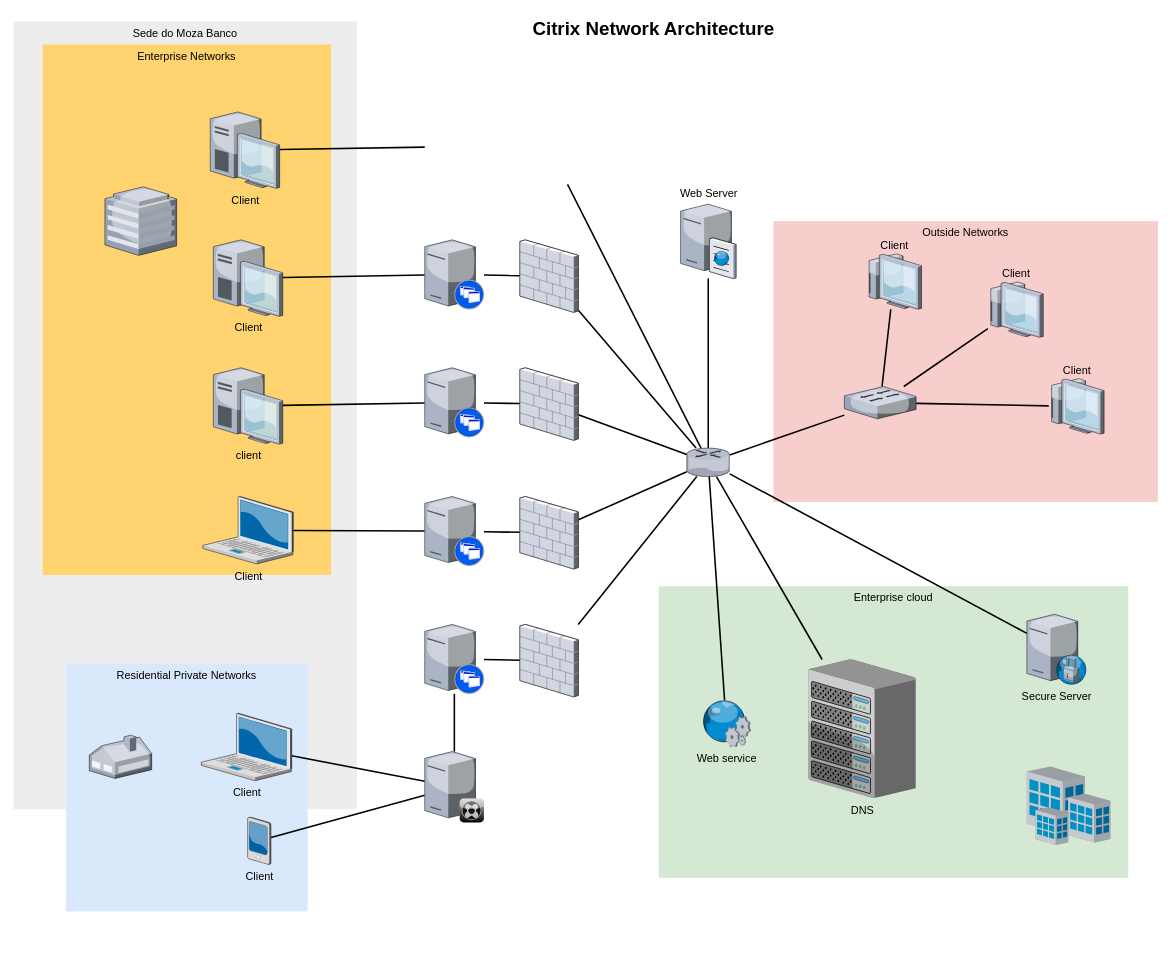
The draw.io diagram Untitled Diagram.drawio in cjjordao09/tutorials, before the edit. Source tidied: cells renumbered, new cells numbered last; positions are measured from the earlier drawing's top-left corner, leaving out a move shared by most shapes. Both pictures are drawn from the tidied source at 78%, with x=0, y=0 at pixel (13, 13).
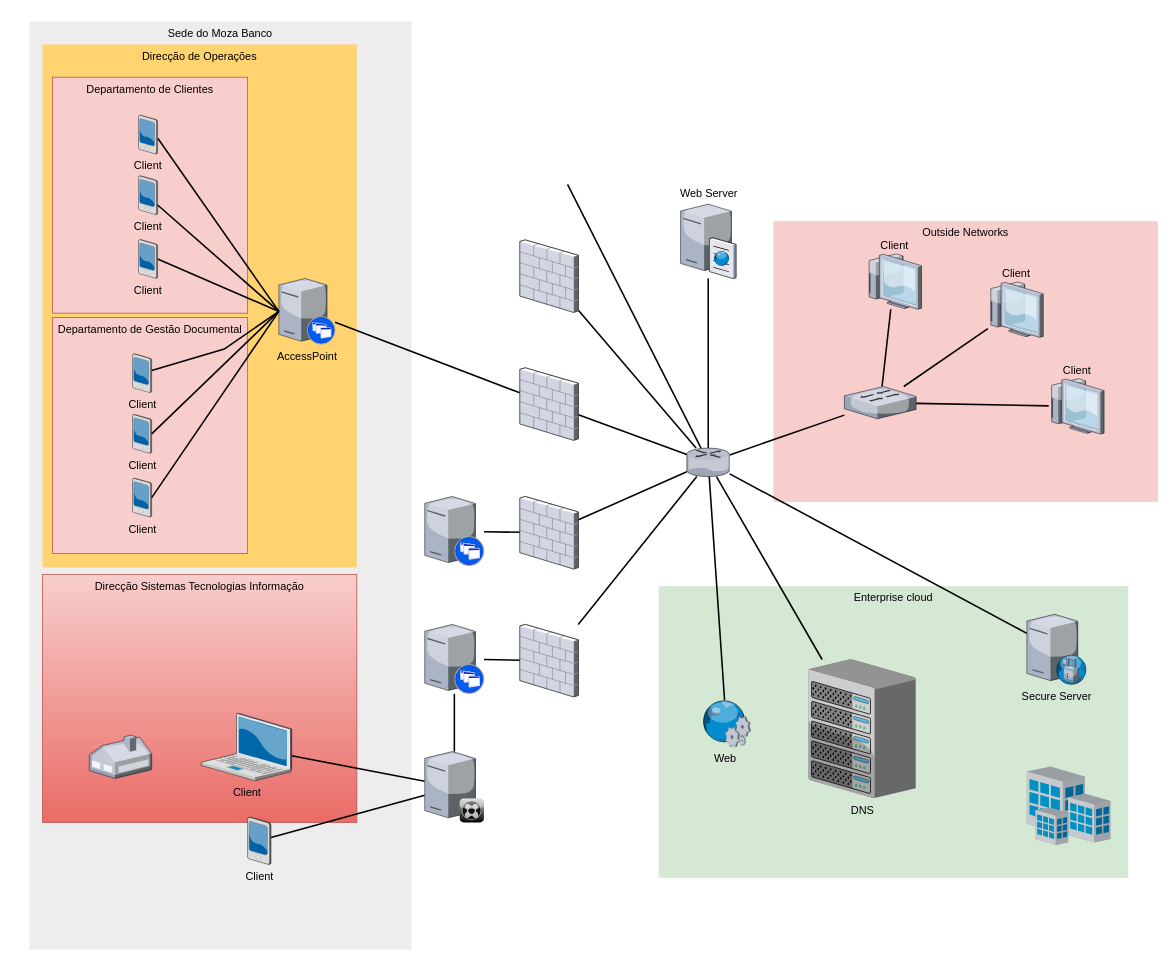
The same page after the edit.

Unchanged cells that the change refers to:
```xml
<mxCell id="22" style="verticalLabelPosition=bottom;html=1;verticalAlign=top;strokeColor=none;shape=mxgraph.citrix.xenapp_server;fillColor=#66B2FF;gradientColor=#0066CC;fontSize=14;" parent="1" vertex="1">
  <mxGeometry x="527" y="619" width="76" height="89" as="geometry" />
</mxCell>
<mxCell id="38" style="verticalLabelPosition=bottom;html=1;verticalAlign=top;strokeColor=none;shape=mxgraph.citrix.firewall;fillColor=#66B2FF;gradientColor=#0066CC;fontSize=14;" parent="1" vertex="1">
  <mxGeometry x="649" y="290" width="75" height="93" as="geometry" />
</mxCell>
```

Diff of the diagram source:
```diff
@@
     <mxCell id="4" value="Sede do Moza Banco" style="whiteSpace=wrap;html=1;fillColor=#EDEDED;fontSize=14;strokeColor=none;verticalAlign=top;" parent="1" vertex="1">
-      <mxGeometry y="10" width="440" height="1010" as="geometry" />
+      <mxGeometry x="20" y="10" width="490" height="1190" as="geometry" />
     </mxCell>
-    <mxCell id="5" value="Residential Private Networks" style="whiteSpace=wrap;html=1;fillColor=#dae8fc;fontSize=14;strokeColor=none;verticalAlign=top;" parent="1" vertex="1">
-      <mxGeometry x="67" y="833" width="310" height="318" as="geometry" />
+    <mxCell id="5" value="Direcção Sistemas Tecnologias Informação" style="whiteSpace=wrap;html=1;fillColor=#f8cecc;fontSize=14;strokeColor=#b85450;verticalAlign=top;gradientColor=#ea6b66;" parent="1" vertex="1">
+      <mxGeometry x="37" y="719" width="403" height="318" as="geometry" />
     </mxCell>
-    <mxCell id="6" value="Enterprise Networks" style="whiteSpace=wrap;html=1;fillColor=#FFD470;gradientColor=none;fontSize=14;strokeColor=none;verticalAlign=top;" parent="1" vertex="1">
-      <mxGeometry x="37" y="39.5" width="370" height="680" as="geometry" />
+    <mxCell id="6" value="Direcção de Operações" style="whiteSpace=wrap;html=1;fillColor=#FFD470;gradientColor=none;fontSize=14;strokeColor=none;verticalAlign=top;" parent="1" vertex="1">
+      <mxGeometry x="37" y="39.5" width="403" height="670.5" as="geometry" />
     </mxCell>
@@
-    <mxCell id="9" style="edgeStyle=none;rounded=0;html=1;startSize=10;endSize=10;jettySize=auto;fontSize=14;endArrow=none;endFill=0;strokeWidth=2;" parent="1" edge="1" source="10" target="22">
-      <mxGeometry relative="1" as="geometry" />
-    </mxCell>
-    <mxCell id="10" value="Client" style="verticalLabelPosition=bottom;html=1;verticalAlign=top;strokeColor=none;shape=mxgraph.citrix.laptop_2;fillColor=#66B2FF;gradientColor=#0066CC;fontSize=14;" parent="1" vertex="1">
-      <mxGeometry x="242.5" y="619" width="116" height="86.5" as="geometry" />
-    </mxCell>
-    <mxCell id="11" style="edgeStyle=none;rounded=0;html=1;startSize=10;endSize=10;jettySize=auto;fontSize=14;endArrow=none;endFill=0;strokeWidth=2;" parent="1" edge="1" source="12" target="24">
-      <mxGeometry relative="1" as="geometry" />
-    </mxCell>
-    <mxCell id="12" value="client" style="verticalLabelPosition=bottom;html=1;verticalAlign=top;strokeColor=none;shape=mxgraph.citrix.desktop;fillColor=#66B2FF;gradientColor=#0066CC;fontSize=14;" parent="1" vertex="1">
-      <mxGeometry x="256" y="454" width="89" height="98" as="geometry" />
-    </mxCell>
-    <mxCell id="13" style="edgeStyle=none;rounded=0;html=1;startSize=10;endSize=10;jettySize=auto;fontSize=14;endArrow=none;endFill=0;strokeWidth=2;" parent="1" edge="1" source="14" target="26">
-      <mxGeometry relative="1" as="geometry" />
-    </mxCell>
-    <mxCell id="14" value="Client" style="verticalLabelPosition=bottom;html=1;verticalAlign=top;strokeColor=none;shape=mxgraph.citrix.desktop;fillColor=#66B2FF;gradientColor=#0066CC;fontSize=14;" parent="1" vertex="1">
-      <mxGeometry x="256" y="290" width="89" height="98" as="geometry" />
-    </mxCell>
-    <mxCell id="15" style="edgeStyle=none;rounded=0;html=1;startSize=10;endSize=10;jettySize=auto;fontSize=14;endArrow=none;endFill=0;strokeWidth=2;" parent="1" edge="1" source="16">
-      <mxGeometry relative="1" as="geometry">
-        <mxPoint x="527" y="171.1" as="targetPoint" />
-      </mxGeometry>
-    </mxCell>
-    <mxCell id="16" value="Client" style="verticalLabelPosition=bottom;html=1;verticalAlign=top;strokeColor=none;shape=mxgraph.citrix.desktop;fillColor=#66B2FF;gradientColor=#0066CC;fontSize=14;" parent="1" vertex="1">
-      <mxGeometry x="252" y="126" width="89" height="98" as="geometry" />
-    </mxCell>
@@
-    <mxCell id="24" style="verticalLabelPosition=bottom;html=1;verticalAlign=top;strokeColor=none;shape=mxgraph.citrix.xenapp_server;fillColor=#66B2FF;gradientColor=#0066CC;fontSize=14;" parent="1" vertex="1">
-      <mxGeometry x="527" y="454" width="76" height="89" as="geometry" />
+    <mxCell id="24" value="AccessPoint" style="verticalLabelPosition=bottom;html=1;verticalAlign=top;strokeColor=none;shape=mxgraph.citrix.xenapp_server;fillColor=#66B2FF;gradientColor=#0066CC;fontSize=14;" parent="1" vertex="1">
+      <mxGeometry x="340" y="339.5" width="72.2" height="84.5" as="geometry" />
     </mxCell>
-    <mxCell id="25" style="edgeStyle=none;rounded=0;html=1;startSize=10;endSize=10;jettySize=auto;fontSize=14;endArrow=none;endFill=0;strokeWidth=2;" parent="1" edge="1" source="26" target="38">
-      <mxGeometry relative="1" as="geometry" />
-    </mxCell>
-    <mxCell id="26" style="verticalLabelPosition=bottom;html=1;verticalAlign=top;strokeColor=none;shape=mxgraph.citrix.xenapp_server;fillColor=#66B2FF;gradientColor=#0066CC;fontSize=14;" parent="1" vertex="1">
-      <mxGeometry x="527" y="290" width="76" height="89" as="geometry" />
-    </mxCell>
@@
-    <mxCell id="46" style="verticalLabelPosition=bottom;html=1;verticalAlign=top;strokeColor=none;shape=mxgraph.citrix.hq_enterprise;fillColor=#66B2FF;gradientColor=#0066CC;fontSize=14;" parent="1" vertex="1">
-      <mxGeometry x="117" y="222" width="92" height="88" as="geometry" />
-    </mxCell>
@@
-    <mxCell id="56" value="Web service" style="verticalLabelPosition=bottom;html=1;verticalAlign=top;strokeColor=none;shape=mxgraph.citrix.web_service;fillColor=#66B2FF;gradientColor=#0066CC;fontSize=14;" parent="1" vertex="1">
+    <mxCell id="56" value="Web&amp;nbsp;" style="verticalLabelPosition=bottom;html=1;verticalAlign=top;strokeColor=none;shape=mxgraph.citrix.web_service;fillColor=#66B2FF;gradientColor=#0066CC;fontSize=14;" parent="1" vertex="1">
       <mxGeometry x="882" y="880" width="63" height="60" as="geometry" />
     </mxCell>
@@
-    <mxCell id="58" value="Citrix Network Architecture" style="text;strokeColor=none;fillColor=none;html=1;fontSize=24;fontStyle=1;verticalAlign=middle;align=center;" parent="1" vertex="1">
-      <mxGeometry x="389" width="861" height="40" as="geometry" />
-    </mxCell>
+    <mxCell id="59" value="Departamento de Clientes" style="whiteSpace=wrap;html=1;fillColor=#f8cecc;fontSize=14;strokeColor=#b85450;verticalAlign=top;" parent="1" vertex="1">
+      <mxGeometry x="50" y="81.5" width="250" height="302.5" as="geometry" />
+    </mxCell>
+    <mxCell id="60" value="Departamento de Gestão Documental" style="whiteSpace=wrap;html=1;fillColor=#f8cecc;fontSize=14;strokeColor=#b85450;verticalAlign=top;" parent="1" vertex="1">
+      <mxGeometry x="50" y="389.5" width="250" height="302.5" as="geometry" />
+    </mxCell>
+    <mxCell id="61" value="Client" style="verticalLabelPosition=bottom;html=1;verticalAlign=top;strokeColor=none;shape=mxgraph.citrix.pda;fillColor=#66B2FF;gradientColor=#0066CC;fontSize=14;" parent="1" vertex="1">
+      <mxGeometry x="160" y="130" width="24.6" height="50" as="geometry" />
+    </mxCell>
+    <mxCell id="62" value="Client" style="verticalLabelPosition=bottom;html=1;verticalAlign=top;strokeColor=none;shape=mxgraph.citrix.pda;fillColor=#66B2FF;gradientColor=#0066CC;fontSize=14;" parent="1" vertex="1">
+      <mxGeometry x="160" y="207.8" width="24.6" height="50" as="geometry" />
+    </mxCell>
+    <mxCell id="63" value="Client" style="verticalLabelPosition=bottom;html=1;verticalAlign=top;strokeColor=none;shape=mxgraph.citrix.pda;fillColor=#66B2FF;gradientColor=#0066CC;fontSize=14;" parent="1" vertex="1">
+      <mxGeometry x="160" y="289.5" width="24.6" height="50" as="geometry" />
+    </mxCell>
+    <mxCell id="64" value="Client" style="verticalLabelPosition=bottom;html=1;verticalAlign=top;strokeColor=none;shape=mxgraph.citrix.pda;fillColor=#66B2FF;gradientColor=#0066CC;fontSize=14;" parent="1" vertex="1">
+      <mxGeometry x="152.4" y="436" width="24.6" height="50" as="geometry" />
+    </mxCell>
+    <mxCell id="65" value="Client" style="verticalLabelPosition=bottom;html=1;verticalAlign=top;strokeColor=none;shape=mxgraph.citrix.pda;fillColor=#66B2FF;gradientColor=#0066CC;fontSize=14;" parent="1" vertex="1">
+      <mxGeometry x="152.4" y="513.8" width="24.6" height="50" as="geometry" />
+    </mxCell>
+    <mxCell id="66" value="Client" style="verticalLabelPosition=bottom;html=1;verticalAlign=top;strokeColor=none;shape=mxgraph.citrix.pda;fillColor=#66B2FF;gradientColor=#0066CC;fontSize=14;" parent="1" vertex="1">
+      <mxGeometry x="152.4" y="595.5" width="24.6" height="50" as="geometry" />
+    </mxCell>
+    <mxCell id="67" style="edgeStyle=none;rounded=0;html=1;startSize=10;endSize=10;jettySize=auto;fontSize=14;endArrow=none;endFill=0;strokeWidth=2;entryX=1;entryY=0.75;entryDx=0;entryDy=0;exitX=0;exitY=0.5;exitDx=0;exitDy=0;" parent="1" edge="1" source="24" target="62">
+      <mxGeometry relative="1" as="geometry" />
+    </mxCell>
+    <mxCell id="68" style="edgeStyle=none;rounded=0;html=1;startSize=10;endSize=10;jettySize=auto;fontSize=14;endArrow=none;endFill=0;strokeWidth=2;entryX=1;entryY=0.5;entryDx=0;entryDy=0;exitX=0;exitY=0.5;exitDx=0;exitDy=0;" parent="1" edge="1" source="24" target="63">
+      <mxGeometry relative="1" as="geometry" />
+    </mxCell>
+    <mxCell id="69" style="edgeStyle=none;rounded=0;html=1;startSize=10;endSize=10;jettySize=auto;fontSize=14;endArrow=none;endFill=0;strokeWidth=2;exitX=0;exitY=0.5;exitDx=0;exitDy=0;" parent="1" edge="1" source="24">
+      <mxGeometry relative="1" as="geometry">
+        <mxPoint x="185" y="160" as="targetPoint" />
+      </mxGeometry>
+    </mxCell>
+    <mxCell id="70" style="edgeStyle=none;rounded=0;html=1;startSize=10;endSize=10;jettySize=auto;fontSize=14;endArrow=none;endFill=0;strokeWidth=2;exitX=0;exitY=0.5;exitDx=0;exitDy=0;" parent="1" edge="1" source="24" target="64">
+      <mxGeometry relative="1" as="geometry">
+        <Array as="points">
+          <mxPoint x="270" y="430" />
+        </Array>
+      </mxGeometry>
+    </mxCell>
+    <mxCell id="71" style="edgeStyle=none;rounded=0;html=1;startSize=10;endSize=10;jettySize=auto;fontSize=14;endArrow=none;endFill=0;strokeWidth=2;exitX=0;exitY=0.5;exitDx=0;exitDy=0;entryX=1;entryY=0.5;entryDx=0;entryDy=0;" parent="1" edge="1" source="24" target="65">
+      <mxGeometry relative="1" as="geometry" />
+    </mxCell>
+    <mxCell id="72" style="edgeStyle=none;rounded=0;html=1;startSize=10;endSize=10;jettySize=auto;fontSize=14;endArrow=none;endFill=0;strokeWidth=2;exitX=0;exitY=0.5;exitDx=0;exitDy=0;entryX=1;entryY=0.5;entryDx=0;entryDy=0;" parent="1" edge="1" source="24" target="66">
+      <mxGeometry relative="1" as="geometry" />
+    </mxCell>
```
